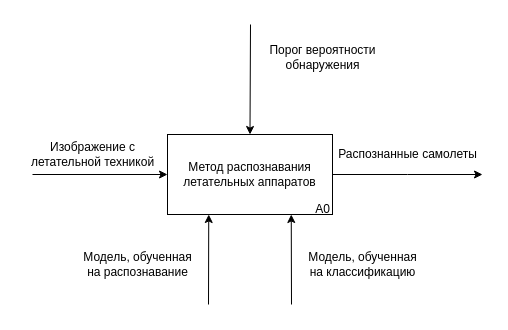
The draw.io diagram page "Page-9" (9 of 10) of report/inc/img/schemes.drawio in maxerMU/bachelor_diploma, before the edit. Source tidied: cells renumbered, new cells numbered last; positions are measured from the earlier drawing's top-left corner, leaving out a move shared by most shapes. Both pictures are drawn from the tidied source at 100%, with x=0, y=0 at pixel (17, 24).
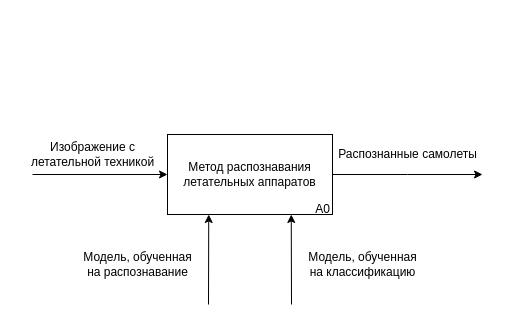
The same diagram, later.

Diff of the diagram source:
```diff
@@
 <mxGraphModel>
   <root>
     <mxCell id="0" />
     <mxCell id="1" parent="0" />
     <mxCell id="2" style="edgeStyle=orthogonalEdgeStyle;rounded=0;jettySize=auto;html=1;exitX=1;exitY=0.5;exitDx=0;exitDy=0;" parent="1" edge="1" source="3">
       <mxGeometry relative="1" as="geometry">
         <mxPoint x="465" y="150" as="targetPoint" />
       </mxGeometry>
     </mxCell>
     <mxCell id="3" value="Метод распознавания летательных аппаратов" style="rounded=0;whiteSpace=wrap;html=1;" parent="1" vertex="1">
       <mxGeometry x="150" y="110" width="165" height="80" as="geometry" />
     </mxCell>
     <mxCell id="4" value="А0" style="text;html=1;align=center;verticalAlign=middle;strokeColor=none;fillColor=none;" parent="1" vertex="1">
       <mxGeometry x="285" y="170" width="40" height="30" as="geometry" />
     </mxCell>
     <mxCell id="5" style="endArrow=classic;html=1;rounded=0;entryX=0;entryY=0.5;entryDx=0;entryDy=0;" parent="1" edge="1" target="3">
       <mxGeometry relative="1" as="geometry">
         <mxPoint x="15" y="150" as="sourcePoint" />
       </mxGeometry>
     </mxCell>
     <mxCell id="6" value="Изображение с &lt;br&gt;летательной техникой" style="text;html=1;align=center;verticalAlign=middle;strokeColor=none;fillColor=none;" parent="1" vertex="1">
       <mxGeometry y="110" width="150" height="40" as="geometry" />
     </mxCell>
     <mxCell id="7" value="Распознанные самолеты" style="text;html=1;align=center;verticalAlign=middle;strokeColor=none;fillColor=none;" parent="1" vertex="1">
       <mxGeometry x="310" y="115" width="160" height="30" as="geometry" />
     </mxCell>
     <mxCell id="8" style="endArrow=classic;html=1;rounded=0;entryX=0.25;entryY=1;entryDx=0;entryDy=0;" parent="1" edge="1" target="3">
       <mxGeometry relative="1" as="geometry">
         <mxPoint x="191" y="280" as="sourcePoint" />
       </mxGeometry>
     </mxCell>
     <mxCell id="9" value="Модель, обученная&lt;br style=&quot;border-color: var(--border-color);&quot;&gt;на распознавание" style="text;html=1;align=center;verticalAlign=middle;strokeColor=none;fillColor=none;" parent="1" vertex="1">
       <mxGeometry x="55" y="220" width="130" height="40" as="geometry" />
     </mxCell>
-    <mxCell id="10" style="endArrow=classic;html=1;rounded=0;entryX=0.5;entryY=0;entryDx=0;entryDy=0;" parent="1" edge="1" target="3">
-      <mxGeometry relative="1" as="geometry">
-        <mxPoint x="233" as="sourcePoint" />
-      </mxGeometry>
-    </mxCell>
-    <mxCell id="11" value="Порог вероятности &lt;br&gt;обнаружения" style="text;html=1;align=center;verticalAlign=middle;strokeColor=none;fillColor=none;" parent="1" vertex="1">
-      <mxGeometry x="240" y="13" width="130" height="40" as="geometry" />
-    </mxCell>
     <mxCell id="12" style="endArrow=classic;html=1;rounded=0;entryX=0.75;entryY=1;entryDx=0;entryDy=0;" parent="1" edge="1" target="3">
       <mxGeometry relative="1" as="geometry">
         <mxPoint x="274" y="280" as="sourcePoint" />
       </mxGeometry>
     </mxCell>
     <mxCell id="13" value="Модель, обученная&lt;br style=&quot;border-color: var(--border-color);&quot;&gt;на классификацию" style="text;html=1;align=center;verticalAlign=middle;strokeColor=none;fillColor=none;" parent="1" vertex="1">
       <mxGeometry x="280" y="220" width="130" height="40" as="geometry" />
     </mxCell>
   </root>
 </mxGraphModel>
```
